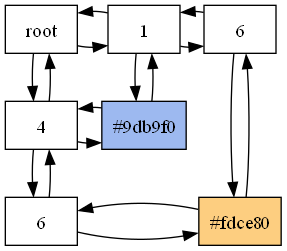
Above: Fase2/matrix.png in helenrodas/FasesProyectoEDD1S_202200066 (Graphviz), before the change. Its source is kept beside it as Fase2/matrix.dot.
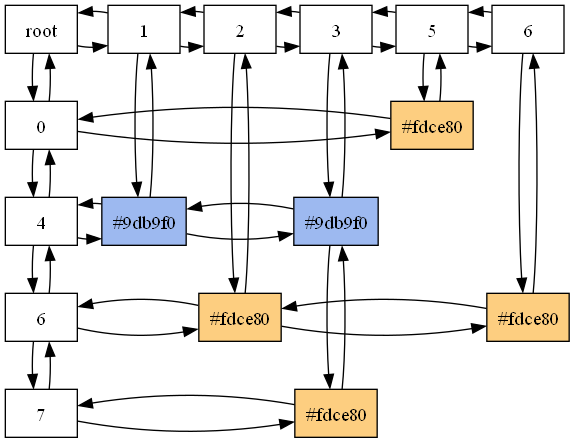
The same diagram one commit later.

What changed in the source:
```diff
@@ -3,27 +3,64 @@
  "Nodo0_0"[label = "root", group="0"]
  "Nodo0_0"->"Nodo2_0"
  "Nodo0_0"->"Nodo2_0"[dir = back]
- "Nodo0_0"->"Nodo0_5"
- "Nodo0_0"->"Nodo0_5"[dir = back]
+ "Nodo0_0"->"Nodo0_1"
+ "Nodo0_0"->"Nodo0_1"[dir = back]
  "Nodo2_0"[label = "1", group="2"]
- "Nodo2_0"->"Nodo7_0"
- "Nodo2_0"->"Nodo7_0"[dir = back]
+ "Nodo2_0"->"Nodo3_0"
+ "Nodo2_0"->"Nodo3_0"[dir = back]
  "Nodo2_0"->"Nodo2_5"
  "Nodo2_0"->"Nodo2_5"[dir = back]
+ "Nodo3_0"[label = "2", group="3"]
+ "Nodo3_0"->"Nodo4_0"
+ "Nodo3_0"->"Nodo4_0"[dir = back]
+ "Nodo3_0"->"Nodo3_7"
+ "Nodo3_0"->"Nodo3_7"[dir = back]
+ "Nodo4_0"[label = "3", group="4"]
+ "Nodo4_0"->"Nodo6_0"
+ "Nodo4_0"->"Nodo6_0"[dir = back]
+ "Nodo4_0"->"Nodo4_5"
+ "Nodo4_0"->"Nodo4_5"[dir = back]
+ "Nodo6_0"[label = "5", group="6"]
+ "Nodo6_0"->"Nodo7_0"
+ "Nodo6_0"->"Nodo7_0"[dir = back]
+ "Nodo6_0"->"Nodo6_1"
+ "Nodo6_0"->"Nodo6_1"[dir = back]
  "Nodo7_0"[label = "6", group="7"]
  "Nodo7_0"->"Nodo7_7"
  "Nodo7_0"->"Nodo7_7"[dir = back]
- {rank=same;"Nodo0_0";"Nodo2_0";"Nodo7_0"}
+ {rank=same;"Nodo0_0";"Nodo2_0";"Nodo3_0";"Nodo4_0";"Nodo6_0";"Nodo7_0"}
+ "Nodo0_1"[label = "0", group="0"]
+ "Nodo0_1"->"Nodo6_1"
+ "Nodo0_1"->"Nodo6_1"[dir = back]
+ "Nodo0_1"->"Nodo0_5"
+ "Nodo0_1"->"Nodo0_5"[dir = back]
+ "Nodo6_1"[label = "#fdce80",  style = filled, fillcolor = "#fdce80" group="6"]
+ {rank=same;"Nodo0_1";"Nodo6_1"}
  "Nodo0_5"[label = "4", group="0"]
  "Nodo0_5"->"Nodo2_5"
  "Nodo0_5"->"Nodo2_5"[dir = back]
  "Nodo0_5"->"Nodo0_7"
  "Nodo0_5"->"Nodo0_7"[dir = back]
  "Nodo2_5"[label = "#9db9f0",  style = filled, fillcolor = "#9db9f0" group="2"]
- {rank=same;"Nodo0_5";"Nodo2_5"}
+ "Nodo2_5"->"Nodo4_5"
+ "Nodo2_5"->"Nodo4_5"[dir = back]
+ "Nodo4_5"[label = "#9db9f0",  style = filled, fillcolor = "#9db9f0" group="4"]
+ "Nodo4_5"->"Nodo4_8"
+ "Nodo4_5"->"Nodo4_8"[dir = back]
+ {rank=same;"Nodo0_5";"Nodo2_5";"Nodo4_5"}
  "Nodo0_7"[label = "6", group="0"]
- "Nodo0_7"->"Nodo7_7"
- "Nodo0_7"->"Nodo7_7"[dir = back]
+ "Nodo0_7"->"Nodo3_7"
+ "Nodo0_7"->"Nodo3_7"[dir = back]
+ "Nodo0_7"->"Nodo0_8"
+ "Nodo0_7"->"Nodo0_8"[dir = back]
+ "Nodo3_7"[label = "#fdce80",  style = filled, fillcolor = "#fdce80" group="3"]
+ "Nodo3_7"->"Nodo7_7"
+ "Nodo3_7"->"Nodo7_7"[dir = back]
  "Nodo7_7"[label = "#fdce80",  style = filled, fillcolor = "#fdce80" group="7"]
- {rank=same;"Nodo0_7";"Nodo7_7"}
+ {rank=same;"Nodo0_7";"Nodo3_7";"Nodo7_7"}
+ "Nodo0_8"[label = "7", group="0"]
+ "Nodo0_8"->"Nodo4_8"
+ "Nodo0_8"->"Nodo4_8"[dir = back]
+ "Nodo4_8"[label = "#fdce80",  style = filled, fillcolor = "#fdce80" group="4"]
+ {rank=same;"Nodo0_8";"Nodo4_8"}
  }
```
